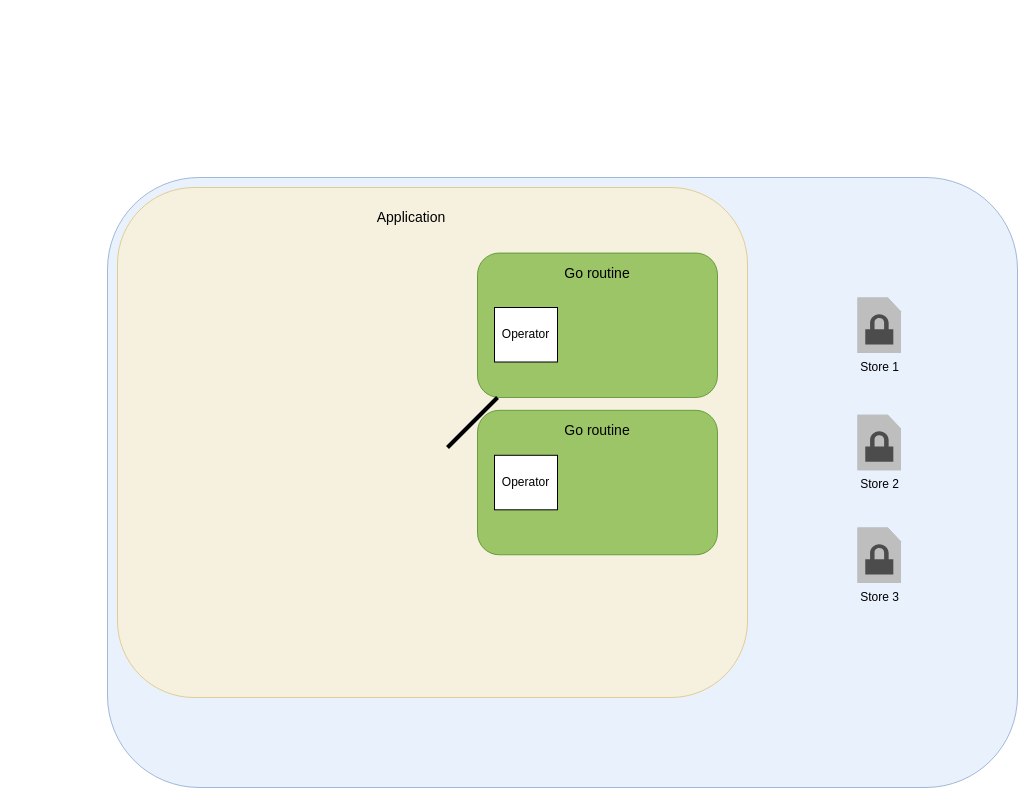
Alfagov/Alfagov keeps this draw.io diagram as CustodyService.drawio. Above is the earlier version. Source tidied: cells renumbered, new cells numbered last; positions are measured from the earlier drawing's top-left corner, leaving out a move shared by most shapes. Both pictures are drawn from the tidied source at 100%, with x=0, y=0 at pixel (107, 177).
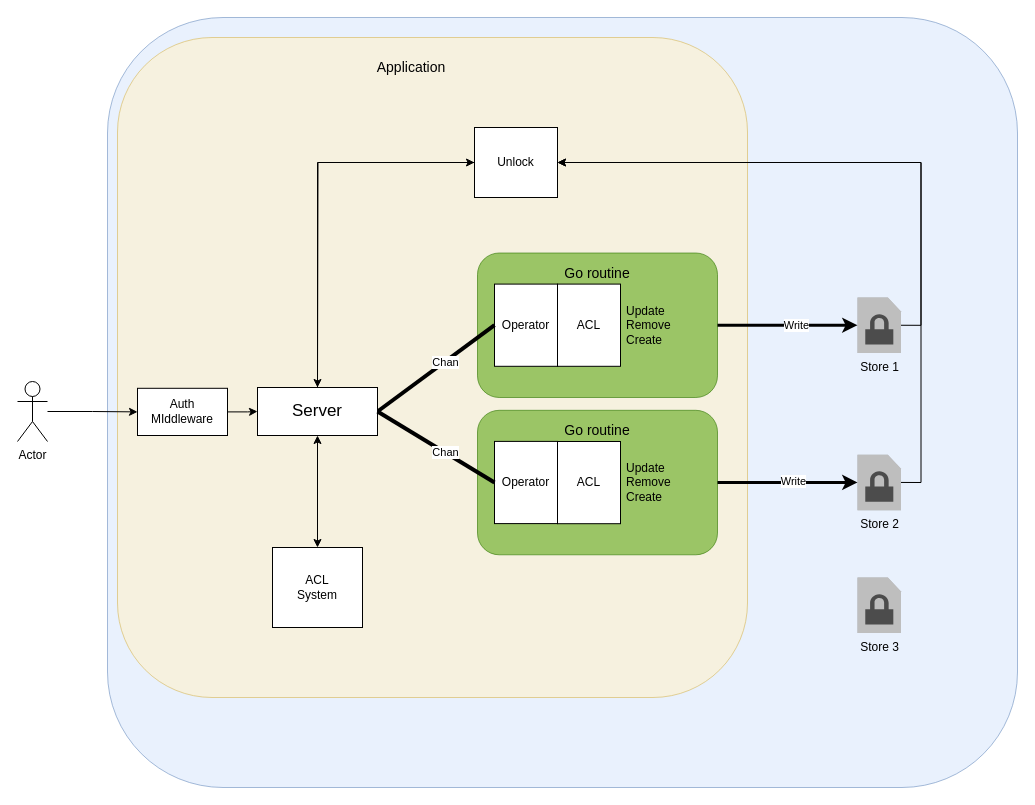
The same diagram, later.

Unchanged cells that the change refers to:
```xml
<mxCell id="5" value="Store 1" style="outlineConnect=0;dashed=0;verticalLabelPosition=bottom;verticalAlign=top;align=center;html=1;shape=mxgraph.aws3.encrypted_data;fillColor=#7D7C7C;gradientColor=none;" parent="1" vertex="1">
  <mxGeometry x="750" y="120" width="43.5" height="55.5" as="geometry" />
</mxCell>
<mxCell id="8" style="rounded=1;whiteSpace=wrap;html=1;fillColor=#60a917;strokeColor=#2D7600;opacity=60;fontColor=#ffffff;" parent="1" vertex="1">
  <mxGeometry x="370" y="75.5" width="240" height="144.5" as="geometry" />
</mxCell>
<mxCell id="10" style="rounded=1;whiteSpace=wrap;html=1;fillColor=#60a917;strokeColor=#2D7600;opacity=60;fontColor=#ffffff;" parent="1" vertex="1">
  <mxGeometry x="370" y="232.8" width="240" height="144.5" as="geometry" />
</mxCell>
```

Diff of the diagram source:
```diff
@@
     <mxCell id="2" style="rounded=1;whiteSpace=wrap;html=1;fillColor=#dae8fc;strokeColor=#6c8ebf;opacity=60;" parent="1" vertex="1">
-      <mxGeometry width="910" height="610" as="geometry" />
+      <mxGeometry y="-160" width="910" height="770" as="geometry" />
     </mxCell>
     <mxCell id="3" style="rounded=1;whiteSpace=wrap;html=1;fillColor=#fff2cc;strokeColor=#d6b656;opacity=60;" parent="1" vertex="1">
-      <mxGeometry x="10" y="10" width="630" height="510" as="geometry" />
+      <mxGeometry x="10" y="-140" width="630" height="660" as="geometry" />
     </mxCell>
     <mxCell id="4" value="&lt;font style=&quot;font-size: 14px;&quot;&gt;Application&lt;/font&gt;" style="text;html=1;strokeColor=none;fillColor=none;align=center;verticalAlign=middle;whiteSpace=wrap;rounded=0;strokeWidth=3;" parent="1" vertex="1">
-      <mxGeometry x="201" y="20" width="206" height="40" as="geometry" />
+      <mxGeometry x="201" y="-130" width="206" height="40" as="geometry" />
     </mxCell>
+    <mxCell id="15" style="edgeStyle=orthogonalEdgeStyle;rounded=0;jettySize=auto;html=1;exitX=1;exitY=0.5;exitDx=0;exitDy=0;exitPerimeter=0;entryX=1;entryY=0.5;entryDx=0;entryDy=0;" parent="1" edge="1" source="5" target="35">
+      <mxGeometry relative="1" as="geometry" />
+    </mxCell>
@@
+    <mxCell id="16" style="edgeStyle=orthogonalEdgeStyle;rounded=0;jettySize=auto;html=1;exitX=1;exitY=0.5;exitDx=0;exitDy=0;exitPerimeter=0;entryX=1;entryY=0.5;entryDx=0;entryDy=0;" parent="1" edge="1" source="6" target="35">
+      <mxGeometry relative="1" as="geometry" />
+    </mxCell>
     <mxCell id="6" value="Store 2" style="outlineConnect=0;dashed=0;verticalLabelPosition=bottom;verticalAlign=top;align=center;html=1;shape=mxgraph.aws3.encrypted_data;fillColor=#7D7C7C;gradientColor=none;" parent="1" vertex="1">
-      <mxGeometry x="750" y="237.2" width="43.5" height="55.5" as="geometry" />
+      <mxGeometry x="750" y="277.2" width="43.5" height="55.5" as="geometry" />
     </mxCell>
     <mxCell id="7" value="Store 3" style="dashed=0;verticalLabelPosition=bottom;verticalAlign=top;align=center;html=1;shape=mxgraph.aws3.encrypted_data;fillColor=#7D7C7C;gradientColor=none;" parent="1" vertex="1">
-      <mxGeometry x="750" y="350" width="43.5" height="55.5" as="geometry" />
+      <mxGeometry x="750" y="400" width="43.5" height="55.5" as="geometry" />
     </mxCell>
@@
     <mxCell id="12" value="Operator" style="rounded=0;whiteSpace=wrap;html=1;strokeWidth=1;fontFamily=Helvetica;fontSize=12;" parent="1" vertex="1">
-      <mxGeometry x="387" y="130" width="63" height="54.5" as="geometry" />
+      <mxGeometry x="387" y="106.6" width="63" height="82.2" as="geometry" />
     </mxCell>
     <mxCell id="13" value="Operator" style="rounded=0;whiteSpace=wrap;html=1;strokeWidth=1;fontFamily=Helvetica;fontSize=12;" parent="1" vertex="1">
-      <mxGeometry x="387" y="277.8" width="63" height="54.5" as="geometry" />
+      <mxGeometry x="387" y="263.9" width="63" height="82.2" as="geometry" />
     </mxCell>
-    <mxCell id="14" style="endArrow=none;html=1;rounded=0;fontFamily=Helvetica;fontSize=12;fontColor=default;strokeWidth=4;" parent="1" edge="1">
-      <mxGeometry relative="1" as="geometry">
-        <mxPoint x="340" y="270" as="sourcePoint" />
-        <mxPoint x="390" y="220" as="targetPoint" />
-      </mxGeometry>
+    <mxCell id="14" style="endArrow=none;html=1;rounded=0;fontFamily=Helvetica;fontSize=12;fontColor=default;strokeWidth=4;exitX=1;exitY=0.5;exitDx=0;exitDy=0;entryX=0;entryY=0.5;entryDx=0;entryDy=0;" parent="1" edge="1" source="19" target="12">
+      <mxGeometry relative="1" as="geometry" />
     </mxCell>
+    <mxCell id="17" value="Chan" style="edgeLabel;html=1;align=center;verticalAlign=middle;labelBackgroundColor=default;" parent="14" vertex="1">
+      <mxGeometry x="0.16" relative="1" as="geometry" />
+    </mxCell>
+    <mxCell id="18" style="edgeStyle=orthogonalEdgeStyle;rounded=0;jettySize=auto;html=1;exitX=0.5;exitY=0;exitDx=0;exitDy=0;entryX=0;entryY=0.5;entryDx=0;entryDy=0;" parent="1" edge="1" source="19" target="35">
+      <mxGeometry relative="1" as="geometry" />
+    </mxCell>
+    <mxCell id="19" value="&lt;font style=&quot;font-size: 17px;&quot;&gt;Server&lt;/font&gt;" style="rounded=0;whiteSpace=wrap;html=1;" parent="1" vertex="1">
+      <mxGeometry x="150" y="210" width="120" height="48" as="geometry" />
+    </mxCell>
+    <mxCell id="20" style="endArrow=none;html=1;rounded=0;fontFamily=Helvetica;fontSize=12;fontColor=default;strokeWidth=4;exitX=1;exitY=0.5;exitDx=0;exitDy=0;entryX=0;entryY=0.5;entryDx=0;entryDy=0;" parent="1" edge="1" source="19" target="13">
+      <mxGeometry relative="1" as="geometry" />
+    </mxCell>
+    <mxCell id="21" value="Chan" style="edgeLabel;html=1;align=center;verticalAlign=middle;" parent="20" vertex="1">
+      <mxGeometry x="0.16" relative="1" as="geometry" />
+    </mxCell>
+    <mxCell id="22" style="edgeStyle=orthogonalEdgeStyle;rounded=0;jettySize=auto;html=1;" parent="1" edge="1" source="23" target="19">
+      <mxGeometry relative="1" as="geometry" />
+    </mxCell>
+    <mxCell id="23" value="Auth&lt;br&gt;MIddleware" style="rounded=0;whiteSpace=wrap;html=1;" parent="1" vertex="1">
+      <mxGeometry x="30" y="210.8" width="90" height="47.2" as="geometry" />
+    </mxCell>
+    <mxCell id="24" style="edgeStyle=orthogonalEdgeStyle;rounded=0;jettySize=auto;html=1;" parent="1" edge="1" source="25" target="23">
+      <mxGeometry relative="1" as="geometry" />
+    </mxCell>
+    <mxCell id="25" value="Actor" style="shape=umlActor;verticalLabelPosition=bottom;verticalAlign=top;html=1;outlineConnect=0;" parent="1" vertex="1">
+      <mxGeometry x="-90" y="204" width="30" height="60" as="geometry" />
+    </mxCell>
+    <mxCell id="26" value="ACL&lt;br&gt;System" style="rounded=0;whiteSpace=wrap;html=1;" parent="1" vertex="1">
+      <mxGeometry x="165" y="370" width="90" height="80" as="geometry" />
+    </mxCell>
+    <mxCell id="27" style="endArrow=classic;startArrow=classic;html=1;rounded=0;entryX=0.5;entryY=1;entryDx=0;entryDy=0;exitX=0.5;exitY=0;exitDx=0;exitDy=0;" parent="1" edge="1" source="26" target="19">
+      <mxGeometry relative="1" as="geometry" />
+    </mxCell>
+    <mxCell id="28" value="Update&lt;br&gt;Remove&lt;br&gt;Create" style="text;strokeColor=none;fillColor=none;align=left;verticalAlign=middle;spacingLeft=4;spacingRight=4;overflow=hidden;whiteSpace=wrap;html=1;" parent="1" vertex="1">
+      <mxGeometry x="513" y="122.8" width="80" height="50" as="geometry" />
+    </mxCell>
+    <mxCell id="29" value="Update&lt;br&gt;Remove&lt;br&gt;Create" style="text;strokeColor=none;fillColor=none;align=left;verticalAlign=middle;spacingLeft=4;spacingRight=4;overflow=hidden;whiteSpace=wrap;html=1;" parent="1" vertex="1">
+      <mxGeometry x="513" y="280" width="80" height="50" as="geometry" />
+    </mxCell>
+    <mxCell id="30" style="endArrow=classic;html=1;rounded=0;strokeWidth=3;exitX=1;exitY=0.5;exitDx=0;exitDy=0;entryX=0;entryY=0.5;entryDx=0;entryDy=0;entryPerimeter=0;" parent="1" edge="1" source="8" target="5">
+      <mxGeometry relative="1" as="geometry" />
+    </mxCell>
+    <mxCell id="31" value="Write" style="edgeLabel;html=1;align=center;verticalAlign=middle;" parent="30" vertex="1">
+      <mxGeometry x="0.12" relative="1" as="geometry" />
+    </mxCell>
+    <mxCell id="32" style="endArrow=classic;html=1;rounded=0;strokeWidth=3;exitX=1;exitY=0.5;exitDx=0;exitDy=0;entryX=0;entryY=0.5;entryDx=0;entryDy=0;entryPerimeter=0;" parent="1" edge="1" source="10" target="6">
+      <mxGeometry relative="1" as="geometry" />
+    </mxCell>
+    <mxCell id="33" value="Write" style="edgeLabel;html=1;align=center;verticalAlign=middle;" parent="32" vertex="1">
+      <mxGeometry x="0.08" y="1" relative="1" as="geometry" />
+    </mxCell>
+    <mxCell id="34" style="edgeStyle=orthogonalEdgeStyle;rounded=0;jettySize=auto;html=1;exitX=0;exitY=0.5;exitDx=0;exitDy=0;" parent="1" edge="1" source="35">
+      <mxGeometry relative="1" as="geometry">
+        <mxPoint x="210" y="210" as="targetPoint" />
+      </mxGeometry>
+    </mxCell>
+    <mxCell id="35" value="Unlock" style="rounded=0;whiteSpace=wrap;html=1;" parent="1" vertex="1">
+      <mxGeometry x="367" y="-50" width="83" height="70" as="geometry" />
+    </mxCell>
+    <mxCell id="36" value="ACL" style="rounded=0;whiteSpace=wrap;html=1;strokeWidth=1;fontFamily=Helvetica;fontSize=12;" parent="1" vertex="1">
+      <mxGeometry x="450" y="264" width="63" height="82.2" as="geometry" />
+    </mxCell>
+    <mxCell id="37" value="ACL" style="rounded=0;whiteSpace=wrap;html=1;strokeWidth=1;fontFamily=Helvetica;fontSize=12;" parent="1" vertex="1">
+      <mxGeometry x="450" y="106.6" width="63" height="82.2" as="geometry" />
+    </mxCell>
```
